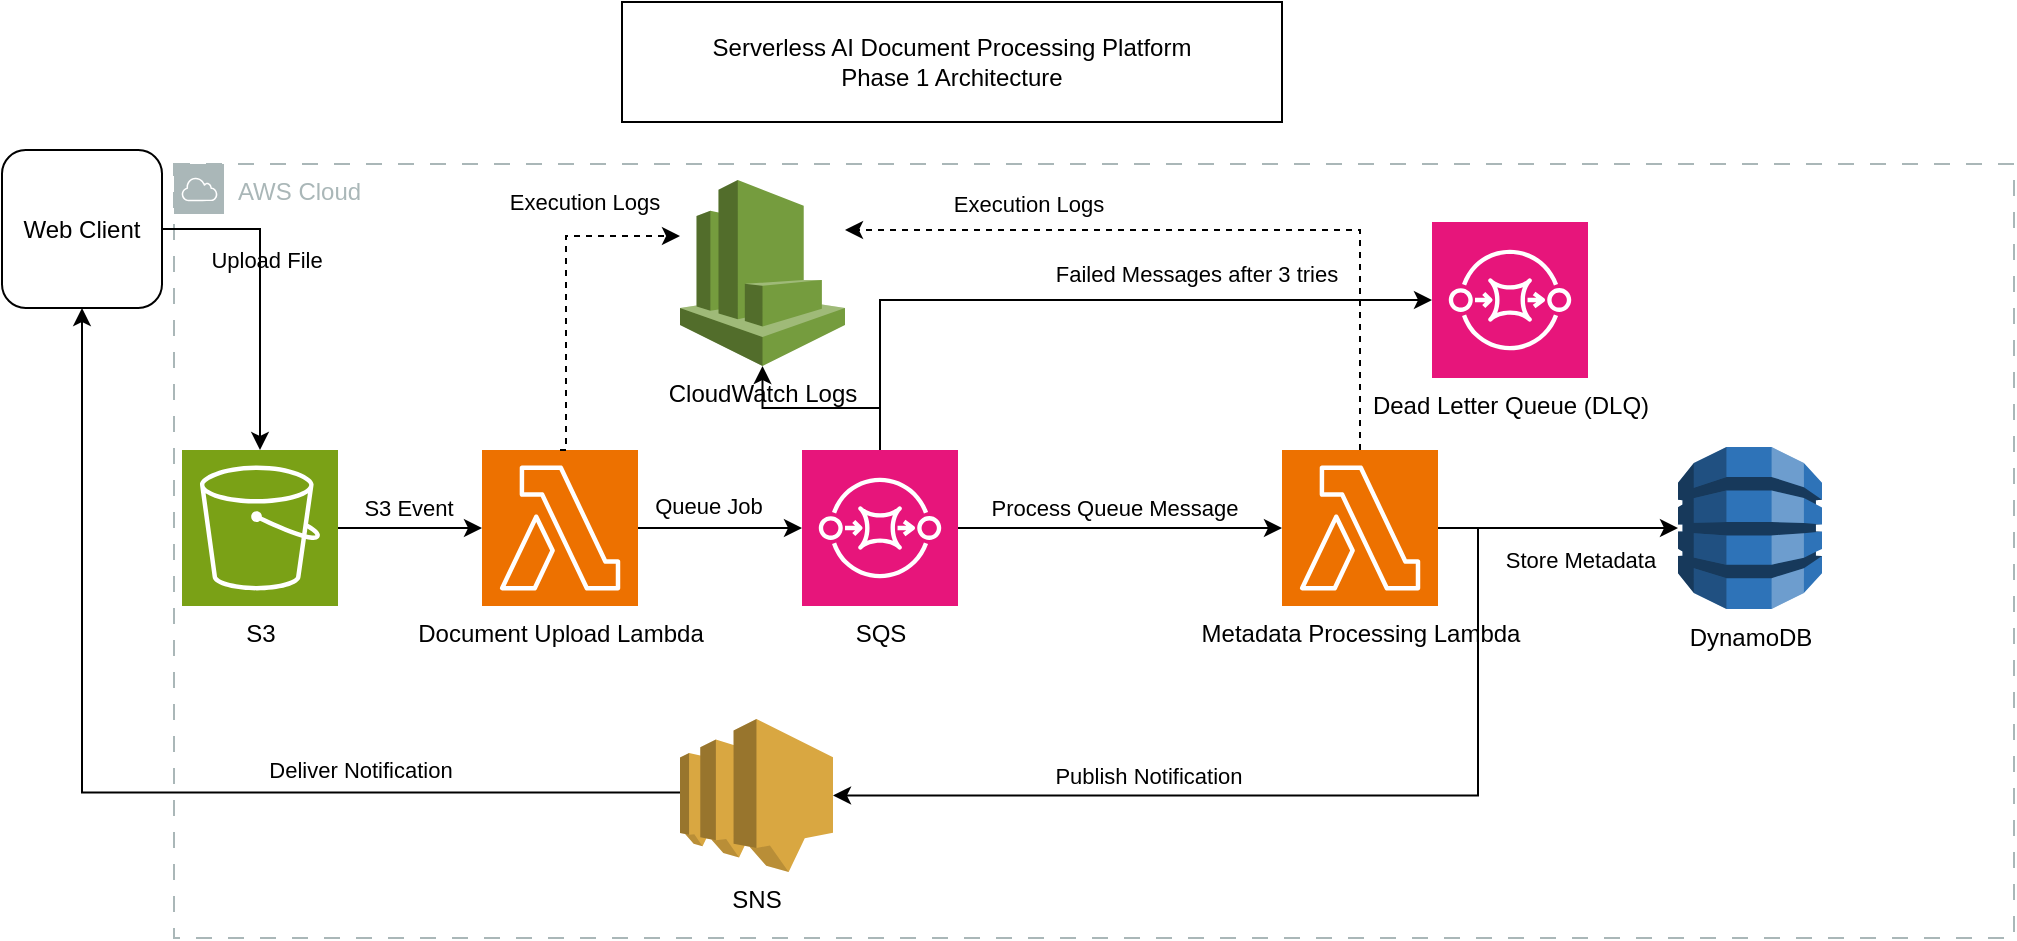
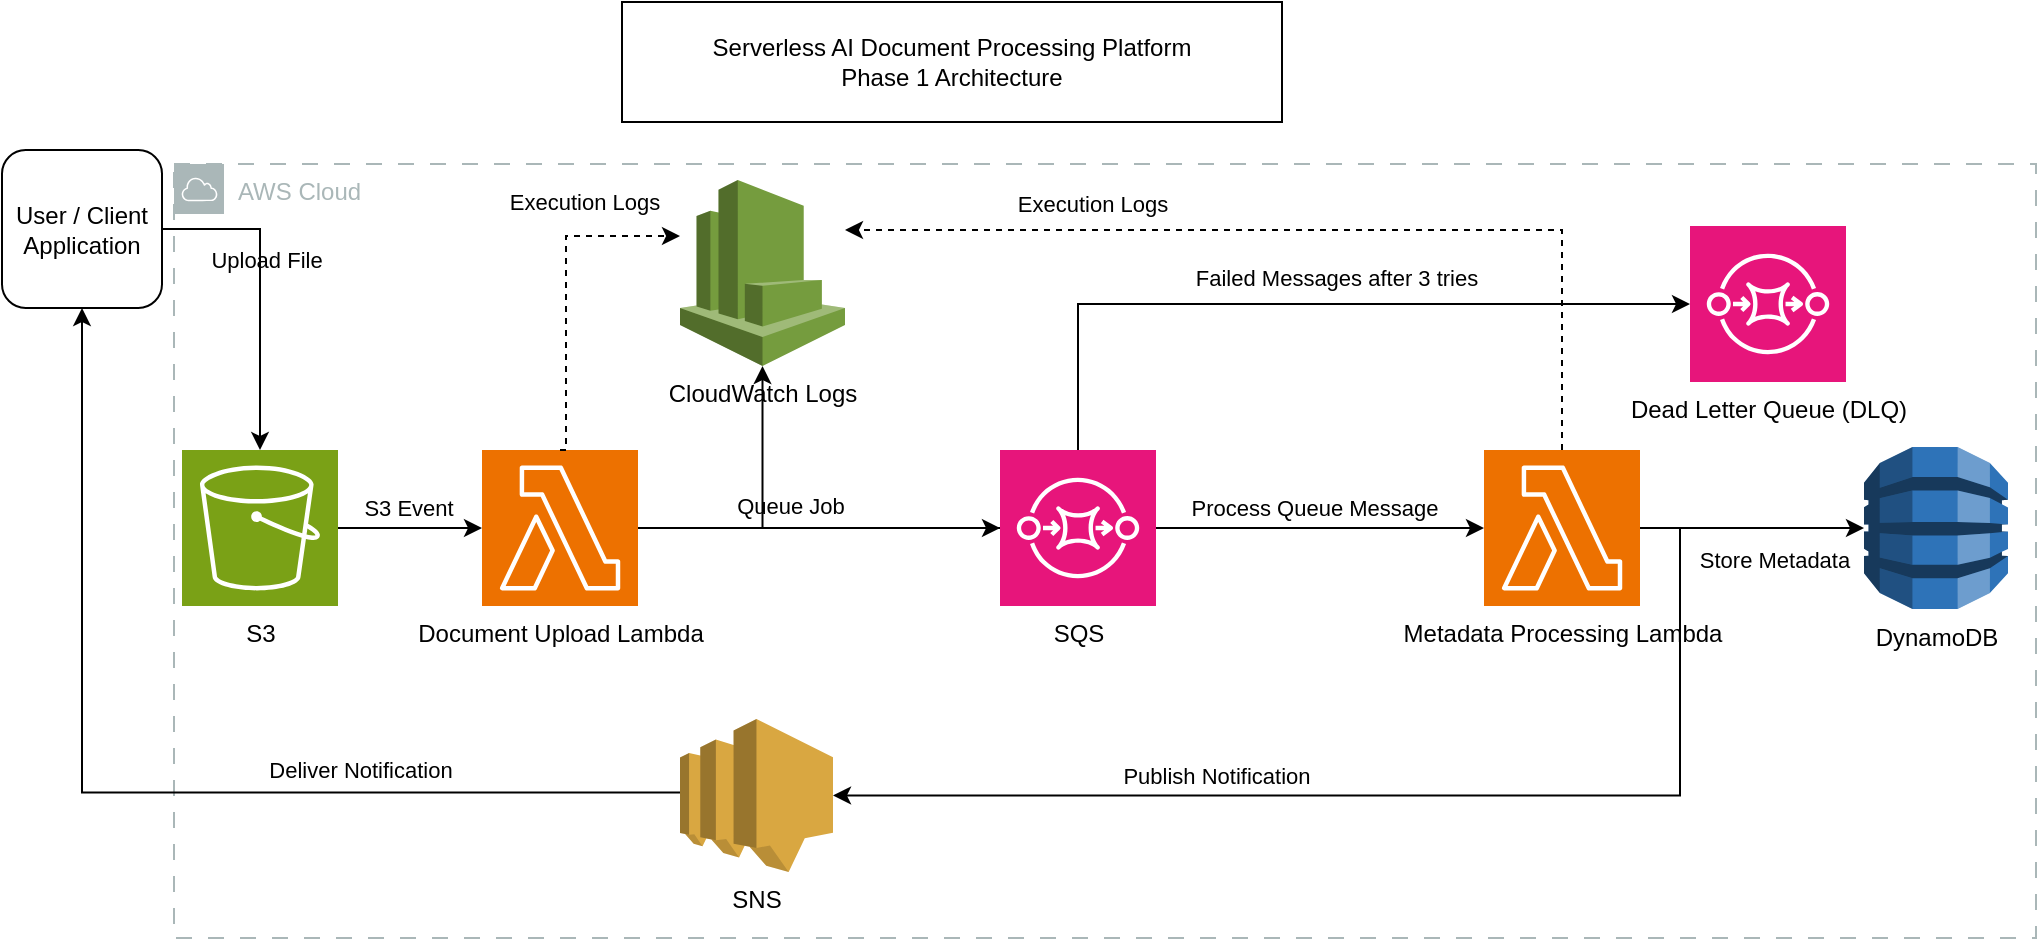
<mxfile host="app.diagrams.net">
  <diagram name="Page-1" id="AEqSCAW5VRuI6rWWZSdb">
    <mxGraphModel dx="230" dy="562" grid="0" gridSize="10" guides="1" tooltips="1" connect="1" arrows="1" fold="1" page="0" pageScale="1" pageWidth="850" pageHeight="1100" background="light-dark(#FFFFFF,#FFFFFF)" math="0" shadow="0">
      <root>
        <mxCell id="0" />
        <mxCell id="1" parent="0" />
        <mxCell id="uKWtjTb5jn3VYm_yCgdv-21" parent="1" style="sketch=0;outlineConnect=0;gradientColor=none;html=1;whiteSpace=wrap;fontSize=12;fontStyle=0;shape=mxgraph.aws4.group;grIcon=mxgraph.aws4.group_aws_cloud;strokeColor=light-dark(#AAB7B8,#000000);fillColor=none;verticalAlign=top;align=left;spacingLeft=30;fontColor=#AAB7B8;dashed=1;dashPattern=8 8;" value="AWS Cloud" vertex="1">
-           <mxGeometry height="387" width="920" x="943" y="154" as="geometry" />
+           <mxGeometry height="387" width="931" x="943" y="154" as="geometry" />
        </mxCell>
        <mxCell id="uKWtjTb5jn3VYm_yCgdv-9" edge="1" parent="1" source="7Pc3wMH7u8ludDjox7_M-2" style="edgeStyle=orthogonalEdgeStyle;rounded=0;orthogonalLoop=1;jettySize=auto;html=1;strokeColor=light-dark(#000000,#000000);" target="7Pc3wMH7u8ludDjox7_M-4" value="">
          <mxGeometry relative="1" as="geometry" />
        </mxCell>
        <mxCell id="uKWtjTb5jn3VYm_yCgdv-26" connectable="0" parent="uKWtjTb5jn3VYm_yCgdv-9" style="edgeLabel;html=1;align=center;verticalAlign=middle;resizable=0;points=[];labelBackgroundColor=none;" value="&lt;font style=&quot;color: light-dark(rgb(0, 0, 0), rgb(0, 0, 0));&quot;&gt;Upload File&lt;/font&gt;" vertex="1">
          <mxGeometry relative="1" x="-0.1901" y="3" as="geometry">
            <mxPoint as="offset" />
          </mxGeometry>
        </mxCell>
-         <mxCell id="7Pc3wMH7u8ludDjox7_M-2" parent="1" style="rounded=1;whiteSpace=wrap;html=1;fillColor=none;strokeColor=light-dark(#000000,#000000);" value="&lt;font style=&quot;color: light-dark(rgb(0, 0, 0), rgb(0, 0, 0));&quot;&gt;Web Client&lt;/font&gt;" vertex="1">
+         <mxCell id="7Pc3wMH7u8ludDjox7_M-2" parent="1" style="rounded=1;whiteSpace=wrap;html=1;fillColor=none;strokeColor=light-dark(#000000,#000000);" value="&lt;font style=&quot;color: light-dark(rgb(0, 0, 0), rgb(0, 0, 0));&quot;&gt;User / Client Application&lt;/font&gt;" vertex="1">
          <mxGeometry height="79" width="80" x="857" y="147" as="geometry" />
        </mxCell>
        <mxCell id="7Pc3wMH7u8ludDjox7_M-4" parent="1" style="sketch=0;points=[[0,0,0],[0.25,0,0],[0.5,0,0],[0.75,0,0],[1,0,0],[0,1,0],[0.25,1,0],[0.5,1,0],[0.75,1,0],[1,1,0],[0,0.25,0],[0,0.5,0],[0,0.75,0],[1,0.25,0],[1,0.5,0],[1,0.75,0]];outlineConnect=0;fontColor=#232F3E;fillColor=#7AA116;strokeColor=#ffffff;dashed=0;verticalLabelPosition=bottom;verticalAlign=top;align=center;html=1;fontSize=12;fontStyle=0;aspect=fixed;shape=mxgraph.aws4.resourceIcon;resIcon=mxgraph.aws4.s3;" value="&lt;font style=&quot;color: light-dark(rgb(0, 0, 0), rgb(0, 0, 0));&quot;&gt;S3&lt;/font&gt;&lt;div&gt;&lt;br&gt;&lt;/div&gt;" vertex="1">
          <mxGeometry height="78" width="78" x="947" y="297" as="geometry" />
        </mxCell>
        <mxCell id="uKWtjTb5jn3VYm_yCgdv-34" edge="1" parent="1" source="uKWtjTb5jn3VYm_yCgdv-5" style="edgeStyle=orthogonalEdgeStyle;rounded=0;orthogonalLoop=1;jettySize=auto;html=1;strokeColor=light-dark(#000000,#000000);" target="uKWtjTb5jn3VYm_yCgdv-7" value="">
          <mxGeometry relative="1" as="geometry" />
        </mxCell>
        <mxCell id="uKWtjTb5jn3VYm_yCgdv-35" connectable="0" parent="uKWtjTb5jn3VYm_yCgdv-34" style="edgeLabel;html=1;align=center;verticalAlign=middle;resizable=0;points=[];labelBackgroundColor=none;" value="&lt;font style=&quot;color: light-dark(rgb(0, 0, 0), rgb(0, 0, 0));&quot;&gt;Queue Job&lt;/font&gt;" vertex="1">
          <mxGeometry relative="1" x="-0.1621" y="3" as="geometry">
            <mxPoint y="-8" as="offset" />
          </mxGeometry>
        </mxCell>
        <mxCell id="uKWtjTb5jn3VYm_yCgdv-5" parent="1" style="sketch=0;points=[[0,0,0],[0.25,0,0],[0.5,0,0],[0.75,0,0],[1,0,0],[0,1,0],[0.25,1,0],[0.5,1,0],[0.75,1,0],[1,1,0],[0,0.25,0],[0,0.5,0],[0,0.75,0],[1,0.25,0],[1,0.5,0],[1,0.75,0]];outlineConnect=0;fontColor=#232F3E;fillColor=#ED7100;strokeColor=#ffffff;dashed=0;verticalLabelPosition=bottom;verticalAlign=top;align=center;html=1;fontSize=12;fontStyle=0;aspect=fixed;shape=mxgraph.aws4.resourceIcon;resIcon=mxgraph.aws4.lambda;" value="&lt;div&gt;&lt;font style=&quot;color: light-dark(rgb(0, 0, 0), rgb(0, 0, 0));&quot;&gt;Document Upload Lambda&lt;/font&gt;&lt;/div&gt;" vertex="1">
          <mxGeometry height="78" width="78" x="1097" y="297" as="geometry" />
        </mxCell>
        <mxCell id="uKWtjTb5jn3VYm_yCgdv-11" edge="1" parent="1" source="7Pc3wMH7u8ludDjox7_M-4" style="edgeStyle=orthogonalEdgeStyle;rounded=0;orthogonalLoop=1;jettySize=auto;html=1;entryX=0;entryY=0.5;entryDx=0;entryDy=0;entryPerimeter=0;exitX=1;exitY=0.5;exitDx=0;exitDy=0;exitPerimeter=0;strokeColor=light-dark(#000000,#000000);" target="uKWtjTb5jn3VYm_yCgdv-5" value="">
          <mxGeometry relative="1" as="geometry">
            <mxPoint x="1045" y="307.5" as="sourcePoint" />
            <mxPoint x="1085" y="307.5" as="targetPoint" />
          </mxGeometry>
        </mxCell>
        <mxCell id="uKWtjTb5jn3VYm_yCgdv-33" connectable="0" parent="uKWtjTb5jn3VYm_yCgdv-11" style="edgeLabel;html=1;align=center;verticalAlign=middle;resizable=0;points=[];labelBackgroundColor=none;" value="&lt;font style=&quot;color: light-dark(rgb(0, 0, 0), rgb(0, 0, 0));&quot;&gt;S3 Event&lt;/font&gt;" vertex="1">
          <mxGeometry relative="1" x="-0.5524" y="1" as="geometry">
            <mxPoint x="19" y="-9" as="offset" />
          </mxGeometry>
        </mxCell>
        <mxCell id="uKWtjTb5jn3VYm_yCgdv-44" edge="1" parent="1" source="uKWtjTb5jn3VYm_yCgdv-17" style="edgeStyle=orthogonalEdgeStyle;rounded=0;orthogonalLoop=1;jettySize=auto;html=1;exitX=0;exitY=0.48;exitDx=0;exitDy=0;exitPerimeter=0;entryX=0.5;entryY=1;entryDx=0;entryDy=0;strokeColor=light-dark(#000000,#000000);" target="7Pc3wMH7u8ludDjox7_M-2">
          <mxGeometry relative="1" as="geometry" />
        </mxCell>
        <mxCell id="uKWtjTb5jn3VYm_yCgdv-45" connectable="0" parent="uKWtjTb5jn3VYm_yCgdv-44" style="edgeLabel;html=1;align=center;verticalAlign=middle;resizable=0;points=[];labelBackgroundColor=none;" value="&lt;font style=&quot;color: light-dark(rgb(0, 0, 0), rgb(0, 0, 0));&quot;&gt;Deliver Notification&lt;/font&gt;" vertex="1">
          <mxGeometry relative="1" x="-0.4068" y="4" as="geometry">
            <mxPoint y="-15" as="offset" />
          </mxGeometry>
        </mxCell>
        <mxCell id="uKWtjTb5jn3VYm_yCgdv-17" parent="1" style="outlineConnect=0;dashed=0;verticalLabelPosition=bottom;verticalAlign=top;align=center;html=1;shape=mxgraph.aws3.sns;fillColor=#D9A741;gradientColor=none;" value="&lt;font style=&quot;color: light-dark(rgb(0, 0, 0), rgb(0, 0, 0));&quot;&gt;SNS&lt;/font&gt;" vertex="1">
          <mxGeometry height="76.5" width="76.5" x="1196" y="431.5" as="geometry" />
        </mxCell>
        <mxCell id="uKWtjTb5jn3VYm_yCgdv-19" parent="1" style="rounded=0;whiteSpace=wrap;html=1;fillColor=none;strokeColor=light-dark(#000000,#000000);" value="&lt;div&gt;&lt;font style=&quot;color: light-dark(rgb(0, 0, 0), rgb(0, 0, 0));&quot;&gt;Serverless AI Document Processing Platform&lt;/font&gt;&lt;/div&gt;&lt;div&gt;&lt;font style=&quot;color: light-dark(rgb(0, 0, 0), rgb(0, 0, 0));&quot;&gt;Phase 1 Architecture&lt;/font&gt;&lt;/div&gt;" vertex="1">
          <mxGeometry height="60" width="330" x="1167" y="73" as="geometry" />
        </mxCell>
        <mxCell id="uKWtjTb5jn3VYm_yCgdv-27" edge="1" parent="1" source="uKWtjTb5jn3VYm_yCgdv-25" style="edgeStyle=orthogonalEdgeStyle;rounded=0;orthogonalLoop=1;jettySize=auto;html=1;strokeColor=light-dark(#000000,#000000);" target="uKWtjTb5jn3VYm_yCgdv-14" value="">
          <mxGeometry relative="1" as="geometry">
            <mxPoint x="1405" y="307" as="sourcePoint" />
            <mxPoint x="1625" y="387" as="targetPoint" />
          </mxGeometry>
        </mxCell>
        <mxCell id="uKWtjTb5jn3VYm_yCgdv-38" connectable="0" parent="uKWtjTb5jn3VYm_yCgdv-27" style="edgeLabel;html=1;align=center;verticalAlign=middle;resizable=0;points=[];labelBackgroundColor=none;" value="&lt;font style=&quot;color: light-dark(rgb(0, 0, 0), rgb(0, 0, 0));&quot;&gt;Store Metadata&lt;/font&gt;" vertex="1">
          <mxGeometry relative="1" x="0.1188" y="2" as="geometry">
            <mxPoint x="4" y="18" as="offset" />
          </mxGeometry>
        </mxCell>
        <mxCell id="uKWtjTb5jn3VYm_yCgdv-14" parent="1" style="outlineConnect=0;dashed=0;verticalLabelPosition=bottom;verticalAlign=top;align=center;html=1;shape=mxgraph.aws3.dynamo_db;fillColor=#2E73B8;gradientColor=none;" value="&lt;font style=&quot;color: light-dark(rgb(0, 0, 0), rgb(0, 0, 0));&quot;&gt;DynamoDB&lt;/font&gt;" vertex="1">
-           <mxGeometry height="81" width="72" x="1695" y="295.5" as="geometry" />
+           <mxGeometry height="81" width="72" x="1788" y="295.5" as="geometry" />
        </mxCell>
        <mxCell id="uKWtjTb5jn3VYm_yCgdv-25" parent="1" style="sketch=0;points=[[0,0,0],[0.25,0,0],[0.5,0,0],[0.75,0,0],[1,0,0],[0,1,0],[0.25,1,0],[0.5,1,0],[0.75,1,0],[1,1,0],[0,0.25,0],[0,0.5,0],[0,0.75,0],[1,0.25,0],[1,0.5,0],[1,0.75,0]];outlineConnect=0;fontColor=#232F3E;fillColor=#ED7100;strokeColor=#ffffff;dashed=0;verticalLabelPosition=bottom;verticalAlign=top;align=center;html=1;fontSize=12;fontStyle=0;aspect=fixed;shape=mxgraph.aws4.resourceIcon;resIcon=mxgraph.aws4.lambda;" value="&lt;div&gt;&lt;font style=&quot;color: light-dark(rgb(0, 0, 0), rgb(0, 0, 0));&quot;&gt;Metadata Processing Lambda&lt;/font&gt;&lt;/div&gt;" vertex="1">
-           <mxGeometry height="78" width="78" x="1497" y="297" as="geometry" />
+           <mxGeometry height="78" width="78" x="1598" y="297" as="geometry" />
        </mxCell>
        <mxCell id="uKWtjTb5jn3VYm_yCgdv-40" edge="1" parent="1" source="uKWtjTb5jn3VYm_yCgdv-7" style="edgeStyle=orthogonalEdgeStyle;rounded=0;orthogonalLoop=1;jettySize=auto;html=1;exitX=1;exitY=0.5;exitDx=0;exitDy=0;exitPerimeter=0;entryX=0;entryY=0.5;entryDx=0;entryDy=0;entryPerimeter=0;strokeColor=light-dark(#000000,#000000);" target="uKWtjTb5jn3VYm_yCgdv-25">
          <mxGeometry relative="1" as="geometry" />
        </mxCell>
        <mxCell id="uKWtjTb5jn3VYm_yCgdv-41" connectable="0" parent="uKWtjTb5jn3VYm_yCgdv-40" style="edgeLabel;html=1;align=center;verticalAlign=middle;resizable=0;points=[];labelBackgroundColor=none;" value="&lt;font style=&quot;color: light-dark(rgb(0, 0, 0), rgb(0, 0, 0));&quot;&gt;Process Queue Message&lt;/font&gt;" vertex="1">
          <mxGeometry relative="1" x="0.0061" y="2" as="geometry">
            <mxPoint x="-4" y="-8" as="offset" />
          </mxGeometry>
        </mxCell>
        <mxCell id="uKWtjTb5jn3VYm_yCgdv-47" edge="1" parent="1" source="uKWtjTb5jn3VYm_yCgdv-25" style="edgeStyle=orthogonalEdgeStyle;rounded=0;orthogonalLoop=1;jettySize=auto;html=1;exitX=1;exitY=0.5;exitDx=0;exitDy=0;exitPerimeter=0;entryX=1;entryY=0.5;entryDx=0;entryDy=0;entryPerimeter=0;strokeColor=light-dark(#000000,#000000);" target="uKWtjTb5jn3VYm_yCgdv-17">
          <mxGeometry relative="1" as="geometry" />
        </mxCell>
        <mxCell id="uKWtjTb5jn3VYm_yCgdv-48" connectable="0" parent="uKWtjTb5jn3VYm_yCgdv-47" style="edgeLabel;html=1;align=center;verticalAlign=middle;resizable=0;points=[];labelBackgroundColor=none;" value="&lt;font style=&quot;color: light-dark(rgb(0, 0, 0), rgb(0, 0, 0));&quot;&gt;Publish Notification&lt;/font&gt;" vertex="1">
          <mxGeometry relative="1" x="0.3394" y="-10" as="geometry">
            <mxPoint as="offset" />
          </mxGeometry>
        </mxCell>
        <mxCell id="QxZlqeRCSuuaIz278ht0-9" edge="1" parent="1" source="uKWtjTb5jn3VYm_yCgdv-7" style="edgeStyle=orthogonalEdgeStyle;rounded=0;orthogonalLoop=1;jettySize=auto;html=1;" target="FuY0T56HONXRKGZNqui2-1" value="">
          <mxGeometry relative="1" as="geometry" />
        </mxCell>
        <mxCell id="uKWtjTb5jn3VYm_yCgdv-7" parent="1" style="sketch=0;points=[[0,0,0],[0.25,0,0],[0.5,0,0],[0.75,0,0],[1,0,0],[0,1,0],[0.25,1,0],[0.5,1,0],[0.75,1,0],[1,1,0],[0,0.25,0],[0,0.5,0],[0,0.75,0],[1,0.25,0],[1,0.5,0],[1,0.75,0]];outlineConnect=0;fontColor=#232F3E;fillColor=#E7157B;strokeColor=#ffffff;dashed=0;verticalLabelPosition=bottom;verticalAlign=top;align=center;html=1;fontSize=12;fontStyle=0;aspect=fixed;shape=mxgraph.aws4.resourceIcon;resIcon=mxgraph.aws4.sqs;" value="&lt;font style=&quot;color: light-dark(rgb(0, 0, 0), rgb(0, 0, 0));&quot;&gt;SQS&lt;/font&gt;&lt;div&gt;&lt;br&gt;&lt;/div&gt;" vertex="1">
-           <mxGeometry height="78" width="78" x="1257" y="297" as="geometry" />
+           <mxGeometry height="78" width="78" x="1356" y="297" as="geometry" />
        </mxCell>
        <mxCell id="FuY0T56HONXRKGZNqui2-1" parent="1" style="outlineConnect=0;dashed=0;verticalLabelPosition=bottom;verticalAlign=top;align=center;html=1;shape=mxgraph.aws3.cloudwatch;fillColor=#759C3E;gradientColor=none;" value="&lt;font style=&quot;color: light-dark(rgb(0, 0, 0), rgb(0, 0, 0));&quot;&gt;CloudWatch Logs&lt;/font&gt;" vertex="1">
          <mxGeometry height="93" width="82.5" x="1196" y="162" as="geometry" />
        </mxCell>
        <mxCell id="FuY0T56HONXRKGZNqui2-10" edge="1" parent="1" source="uKWtjTb5jn3VYm_yCgdv-25" style="edgeStyle=orthogonalEdgeStyle;rounded=0;orthogonalLoop=1;jettySize=auto;html=1;exitX=0.5;exitY=0;exitDx=0;exitDy=0;exitPerimeter=0;dashed=1;strokeColor=light-dark(#000000,#000000);" target="FuY0T56HONXRKGZNqui2-1" value="">
          <mxGeometry relative="1" as="geometry">
            <Array as="points">
-               <mxPoint x="1536" y="187" />
+               <mxPoint x="1637" y="187" />
            </Array>
            <mxPoint x="1507" y="263" as="sourcePoint" />
            <mxPoint x="1688" y="207" as="targetPoint" />
          </mxGeometry>
        </mxCell>
        <mxCell id="FuY0T56HONXRKGZNqui2-13" connectable="0" parent="FuY0T56HONXRKGZNqui2-10" style="edgeLabel;html=1;align=center;verticalAlign=middle;resizable=0;points=[];labelBackgroundColor=none;" value="&lt;font style=&quot;color: light-dark(rgb(0, 0, 0), rgb(0, 0, 0));&quot;&gt;Execution Logs&lt;/font&gt;" vertex="1">
          <mxGeometry relative="1" x="0.3663" y="1" as="geometry">
            <mxPoint x="-25" y="-14" as="offset" />
          </mxGeometry>
        </mxCell>
        <mxCell id="QxZlqeRCSuuaIz278ht0-1" parent="1" style="sketch=0;points=[[0,0,0],[0.25,0,0],[0.5,0,0],[0.75,0,0],[1,0,0],[0,1,0],[0.25,1,0],[0.5,1,0],[0.75,1,0],[1,1,0],[0,0.25,0],[0,0.5,0],[0,0.75,0],[1,0.25,0],[1,0.5,0],[1,0.75,0]];outlineConnect=0;fontColor=#232F3E;fillColor=#E7157B;strokeColor=#ffffff;dashed=0;verticalLabelPosition=bottom;verticalAlign=top;align=center;html=1;fontSize=12;fontStyle=0;aspect=fixed;shape=mxgraph.aws4.resourceIcon;resIcon=mxgraph.aws4.sqs;" value="&lt;font style=&quot;color: light-dark(rgb(0, 0, 0), rgb(0, 0, 0));&quot;&gt;Dead Letter Queue (DLQ)&lt;/font&gt;" vertex="1">
-           <mxGeometry height="78" width="78" x="1572" y="183" as="geometry" />
+           <mxGeometry height="78" width="78" x="1701" y="185" as="geometry" />
        </mxCell>
        <mxCell id="QxZlqeRCSuuaIz278ht0-7" edge="1" parent="1" source="uKWtjTb5jn3VYm_yCgdv-5" style="edgeStyle=orthogonalEdgeStyle;rounded=0;orthogonalLoop=1;jettySize=auto;html=1;exitX=0.5;exitY=0;exitDx=0;exitDy=0;exitPerimeter=0;dashed=1;strokeColor=light-dark(#000000,#000000);" target="FuY0T56HONXRKGZNqui2-1" value="">
          <mxGeometry relative="1" as="geometry">
            <Array as="points">
              <mxPoint x="1139" y="297" />
              <mxPoint x="1139" y="190" />
            </Array>
            <mxPoint x="1399" y="331" as="sourcePoint" />
            <mxPoint x="1142" y="221" as="targetPoint" />
          </mxGeometry>
        </mxCell>
        <mxCell id="QxZlqeRCSuuaIz278ht0-8" connectable="0" parent="QxZlqeRCSuuaIz278ht0-7" style="edgeLabel;html=1;align=center;verticalAlign=middle;resizable=0;points=[];labelBackgroundColor=none;" value="&lt;font style=&quot;color: light-dark(rgb(0, 0, 0), rgb(0, 0, 0));&quot;&gt;Execution Logs&lt;/font&gt;" vertex="1">
          <mxGeometry relative="1" x="0.3663" y="1" as="geometry">
            <mxPoint x="5" y="-16" as="offset" />
          </mxGeometry>
        </mxCell>
        <mxCell id="QxZlqeRCSuuaIz278ht0-10" edge="1" parent="1" source="uKWtjTb5jn3VYm_yCgdv-7" style="edgeStyle=orthogonalEdgeStyle;rounded=0;orthogonalLoop=1;jettySize=auto;html=1;exitX=0.5;exitY=0;exitDx=0;exitDy=0;exitPerimeter=0;entryX=0;entryY=0.5;entryDx=0;entryDy=0;entryPerimeter=0;strokeColor=light-dark(#000000,#000000);" target="QxZlqeRCSuuaIz278ht0-1">
          <mxGeometry relative="1" as="geometry" />
        </mxCell>
        <mxCell id="QxZlqeRCSuuaIz278ht0-11" connectable="0" parent="QxZlqeRCSuuaIz278ht0-10" style="edgeLabel;html=1;align=center;verticalAlign=middle;resizable=0;points=[];labelBackgroundColor=none;" value="&lt;font style=&quot;color: light-dark(rgb(0, 0, 0), rgb(0, 0, 0));&quot;&gt;Failed Messages after 3 tries&lt;/font&gt;" vertex="1">
          <mxGeometry relative="1" x="0.3135" as="geometry">
-             <mxPoint x="2" y="-13" as="offset" />
+             <mxPoint x="-47" y="-13" as="offset" />
          </mxGeometry>
        </mxCell>
      </root>
    </mxGraphModel>
  </diagram>
</mxfile>
